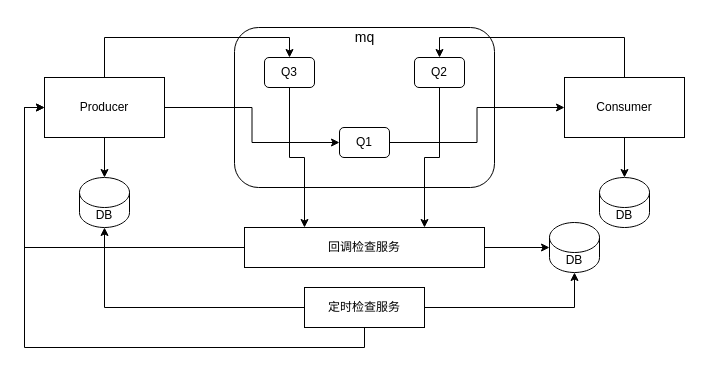
Earlier version of the draw.io diagram Untitled Diagram.drawio (chjie184/picture). Source tidied: cells renumbered, new cells numbered last; positions are measured from the earlier drawing's top-left corner, leaving out a move shared by most shapes. Both pictures are drawn from the tidied source at 100%, with x=0, y=0 at pixel (44, 27).
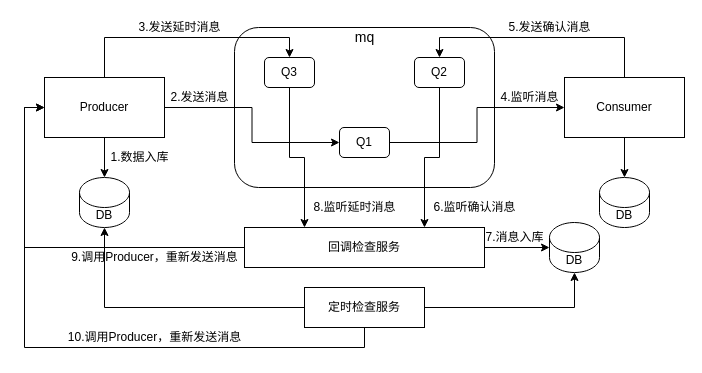
After the change.

Commit message:
添加了步骤说明

The edit, as a diff of the source:
```diff
@@
+    <mxCell id="27" value="1.数据入库" style="text;html=1;align=center;verticalAlign=middle;fillColor=none;strokeColor=none;rounded=0;" parent="1" vertex="1">
+      <mxGeometry x="60" y="120" width="70" height="20" as="geometry" />
+    </mxCell>
+    <mxCell id="28" value="2.发送消息" style="text;html=1;align=center;verticalAlign=middle;fillColor=none;strokeColor=none;rounded=0;" parent="1" vertex="1">
+      <mxGeometry x="120" y="60" width="70" height="20" as="geometry" />
+    </mxCell>
+    <mxCell id="29" value="3.发送延时消息" style="text;html=1;align=center;verticalAlign=middle;fillColor=none;strokeColor=none;rounded=0;" parent="1" vertex="1">
+      <mxGeometry x="85" y="-10" width="100" height="20" as="geometry" />
+    </mxCell>
+    <mxCell id="30" value="4.监听消息" style="text;html=1;align=center;verticalAlign=middle;fillColor=none;strokeColor=none;rounded=0;" parent="1" vertex="1">
+      <mxGeometry x="450" y="60" width="70" height="20" as="geometry" />
+    </mxCell>
+    <mxCell id="31" value="5.发送确认消息" style="text;html=1;align=center;verticalAlign=middle;fillColor=none;strokeColor=none;rounded=0;" parent="1" vertex="1">
+      <mxGeometry x="455" y="-10" width="100" height="20" as="geometry" />
+    </mxCell>
+    <mxCell id="32" value="6.监听确认消息" style="text;html=1;align=center;verticalAlign=middle;fillColor=none;strokeColor=none;rounded=0;" parent="1" vertex="1">
+      <mxGeometry x="380" y="170" width="100" height="20" as="geometry" />
+    </mxCell>
+    <mxCell id="33" value="7.消息入库" style="text;html=1;align=center;verticalAlign=middle;strokeColor=none;" parent="1" vertex="1">
+      <mxGeometry x="435" y="200" width="70" height="20" as="geometry" />
+    </mxCell>
+    <mxCell id="34" value="8.监听延时消息" style="text;html=1;align=center;verticalAlign=middle;fillColor=none;strokeColor=none;rounded=0;" parent="1" vertex="1">
+      <mxGeometry x="260" y="170" width="100" height="20" as="geometry" />
+    </mxCell>
+    <mxCell id="35" value="9.调用Producer，重新发送消息" style="text;html=1;align=center;verticalAlign=middle;strokeColor=none;" parent="1" vertex="1">
+      <mxGeometry x="20" y="220" width="180" height="20" as="geometry" />
+    </mxCell>
+    <mxCell id="36" value="10.调用Producer，重新发送消息" style="text;html=1;align=center;verticalAlign=middle;strokeColor=none;" parent="1" vertex="1">
+      <mxGeometry x="15" y="300" width="190" height="20" as="geometry" />
+    </mxCell>
```
